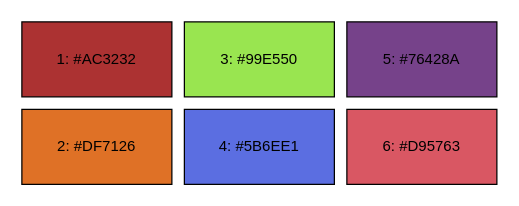
Above: assets src/img src/colour palette.drawio in Scaniox/H446-programming-project (draw.io), before the change. Source tidied: cells renumbered, new cells numbered last; positions are measured from the earlier drawing's top-left corner, leaving out a move shared by most shapes. Both pictures are drawn from the tidied source at 125%, with x=0, y=0 at pixel (21, 21).
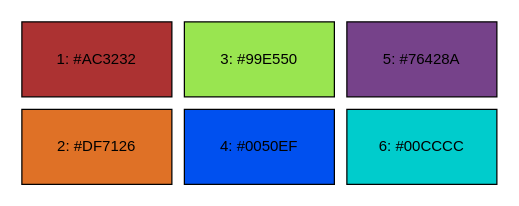
The same diagram, later.

What changed in the source:
```diff
@@
 <mxGraphModel>
   <root>
     <mxCell id="0" />
     <mxCell id="1" parent="0" />
     <mxCell id="2" value="1: #AC3232" style="rounded=0;whiteSpace=wrap;html=1;fillColor=#AC3232;" parent="1" vertex="1">
       <mxGeometry width="120" height="60" as="geometry" />
     </mxCell>
     <mxCell id="3" value="2: #DF7126" style="rounded=0;whiteSpace=wrap;html=1;fillColor=#DF7126;" parent="1" vertex="1">
       <mxGeometry y="70" width="120" height="60" as="geometry" />
     </mxCell>
     <mxCell id="4" value="3: #99E550" style="rounded=0;whiteSpace=wrap;html=1;fillColor=#99e550;" parent="1" vertex="1">
       <mxGeometry x="130" width="120" height="60" as="geometry" />
     </mxCell>
-    <mxCell id="5" value="4: #5B6EE1" style="rounded=0;whiteSpace=wrap;html=1;fillColor=#5B6EE1;" parent="1" vertex="1">
+    <mxCell id="5" value="&lt;font color=&quot;#000000&quot;&gt;4: #0050EF&lt;/font&gt;" style="rounded=0;whiteSpace=wrap;html=1;fillColor=#0050EF;fontColor=#ffffff;strokeColor=#000000;" parent="1" vertex="1">
       <mxGeometry x="130" y="70" width="120" height="60" as="geometry" />
     </mxCell>
     <mxCell id="6" value="5:&amp;nbsp;#76428A" style="rounded=0;whiteSpace=wrap;html=1;fillColor=#76428A;" parent="1" vertex="1">
       <mxGeometry x="260" width="120" height="60" as="geometry" />
     </mxCell>
-    <mxCell id="7" value="6:&amp;nbsp;#D95763" style="rounded=0;whiteSpace=wrap;html=1;fillColor=#D95763;" parent="1" vertex="1">
+    <mxCell id="7" value="6: #00CCCC" style="rounded=0;whiteSpace=wrap;html=1;fillColor=#00CCCC;" parent="1" vertex="1">
       <mxGeometry x="260" y="70" width="120" height="60" as="geometry" />
     </mxCell>
   </root>
 </mxGraphModel>
```
